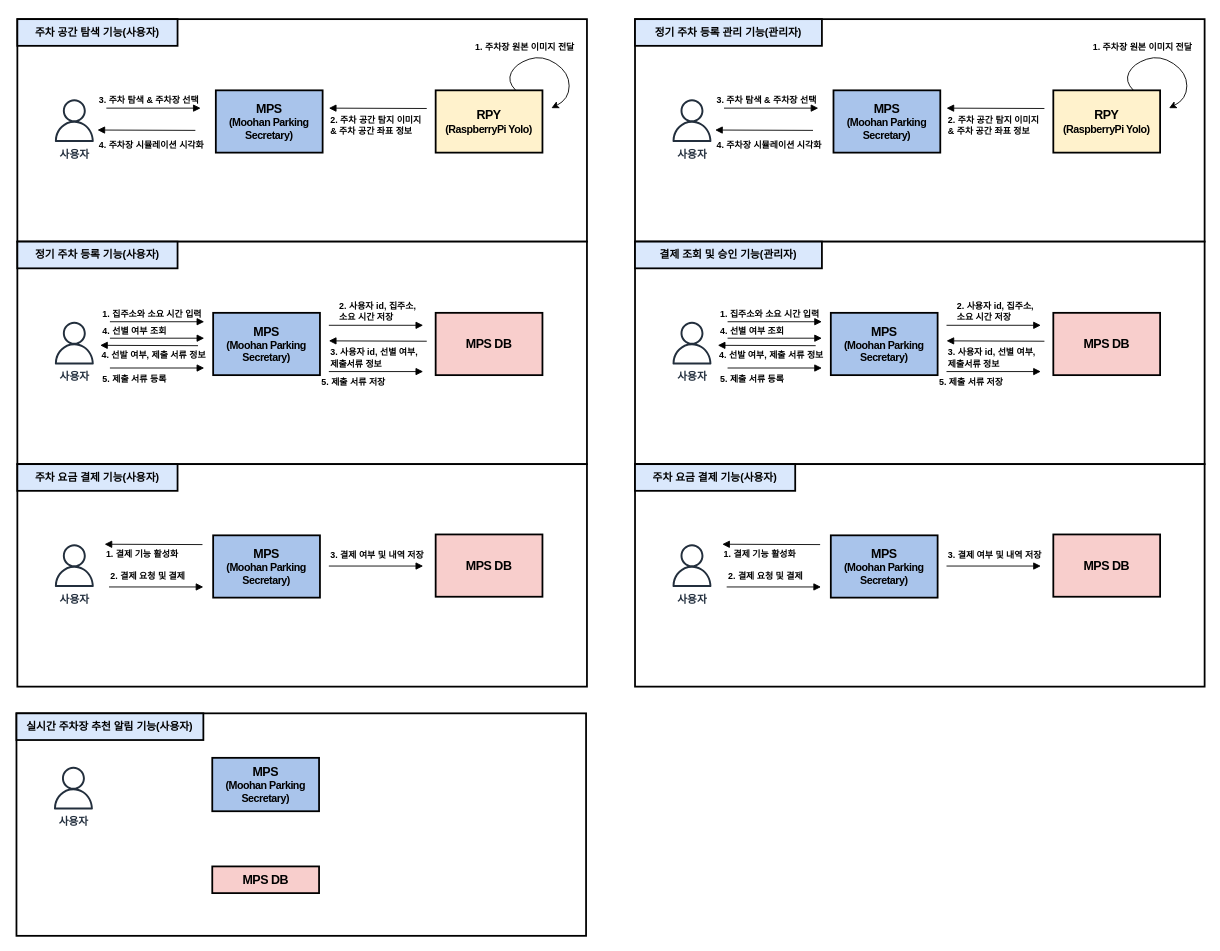
hyun10144/Lecture3-1 keeps this draw.io diagram as page "유스케이스-1" (2 of 2) of 제목 없는 다이어그램.drawio. Above is the earlier version. Source tidied: cells renumbered, new cells numbered last; positions are measured from the earlier drawing's top-left corner, leaving out a move shared by most shapes. Both pictures are drawn from the tidied source at 89%, with x=0, y=0 at pixel (16, 19).
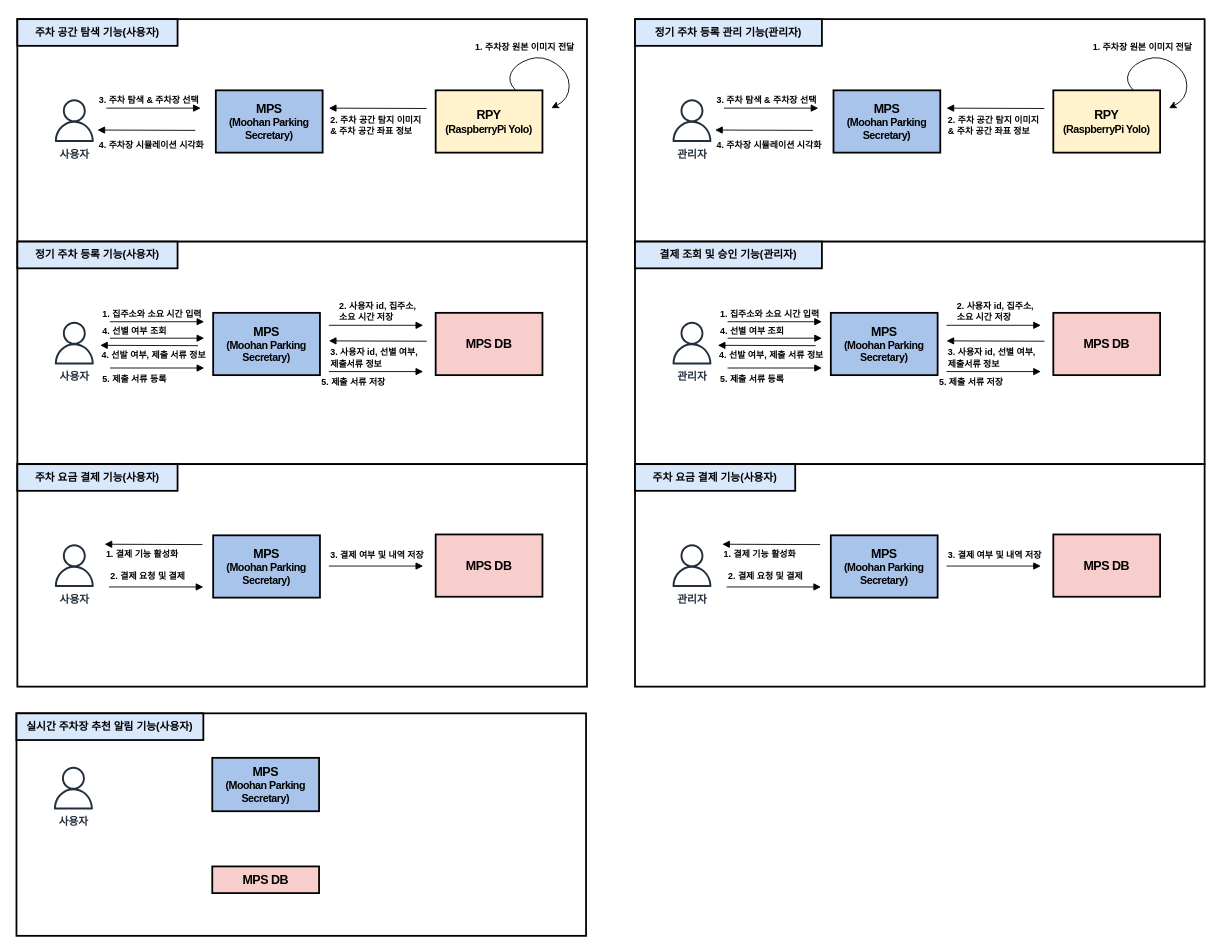
The same page after the edit.

Commit message (it also covers changes not shown here):
제목 없는 다이어그램.drawio 업데이트

The edit, as a diff of the source:
```diff
@@
-    <mxCell id="39" value="&lt;b&gt;사용자&lt;/b&gt;" style="sketch=0;fontColor=#232F3E;gradientColor=none;fillColor=#232F3D;strokeColor=none;dashed=0;verticalLabelPosition=bottom;verticalAlign=top;align=center;html=1;fontSize=12;fontStyle=0;shape=mxgraph.aws4.user;strokeWidth=1;" parent="1" vertex="1">
+    <mxCell id="39" value="&lt;b&gt;관리자&lt;/b&gt;" style="sketch=0;fontColor=#232F3E;gradientColor=none;fillColor=#232F3D;strokeColor=none;dashed=0;verticalLabelPosition=bottom;verticalAlign=top;align=center;html=1;fontSize=12;fontStyle=0;shape=mxgraph.aws4.user;strokeWidth=1;" parent="1" vertex="1">
       <mxGeometry x="735" y="90" width="48" height="48" as="geometry" />
     </mxCell>
@@
-    <mxCell id="42" value="&lt;b&gt;사용자&lt;/b&gt;" style="sketch=0;fontColor=#232F3E;gradientColor=none;fillColor=#232F3D;strokeColor=none;dashed=0;verticalLabelPosition=bottom;verticalAlign=top;align=center;html=1;fontSize=12;fontStyle=0;shape=mxgraph.aws4.user;strokeWidth=1;" parent="1" vertex="1">
+    <mxCell id="42" value="&lt;b&gt;관리자&lt;/b&gt;" style="sketch=0;fontColor=#232F3E;gradientColor=none;fillColor=#232F3D;strokeColor=none;dashed=0;verticalLabelPosition=bottom;verticalAlign=top;align=center;html=1;fontSize=12;fontStyle=0;shape=mxgraph.aws4.user;strokeWidth=1;" parent="1" vertex="1">
       <mxGeometry x="735" y="340" width="48" height="48" as="geometry" />
     </mxCell>
@@
-    <mxCell id="45" value="&lt;b&gt;사용자&lt;/b&gt;" style="sketch=0;fontColor=#232F3E;gradientColor=none;fillColor=#232F3D;strokeColor=none;dashed=0;verticalLabelPosition=bottom;verticalAlign=top;align=center;html=1;fontSize=12;fontStyle=0;shape=mxgraph.aws4.user;strokeWidth=1;" parent="1" vertex="1">
+    <mxCell id="45" value="&lt;b&gt;관리자&lt;/b&gt;" style="sketch=0;fontColor=#232F3E;gradientColor=none;fillColor=#232F3D;strokeColor=none;dashed=0;verticalLabelPosition=bottom;verticalAlign=top;align=center;html=1;fontSize=12;fontStyle=0;shape=mxgraph.aws4.user;strokeWidth=1;" parent="1" vertex="1">
       <mxGeometry x="735" y="590" width="48" height="48" as="geometry" />
     </mxCell>
```
